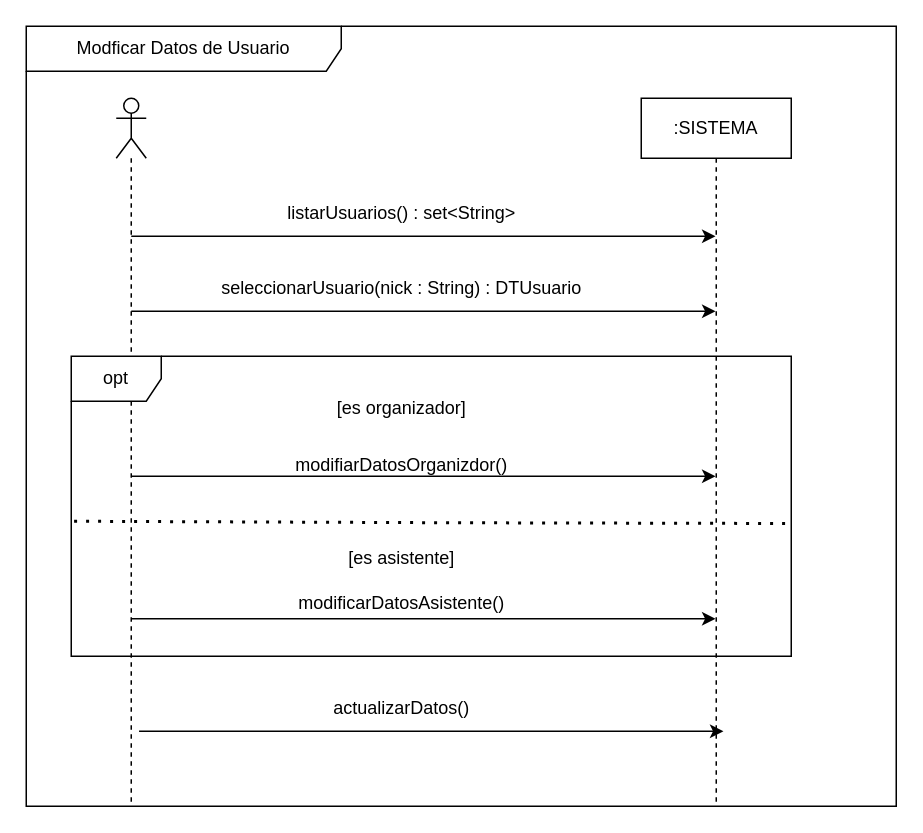
Earlier version of the draw.io diagram ModificarDatosdeUsuario.drawio (franscaletti/tprog). Source tidied: cells renumbered, new cells numbered last; positions are measured from the earlier drawing's top-left corner, leaving out a move shared by most shapes. Both pictures are drawn from the tidied source at 150%, with x=0, y=0 at pixel (26, 26).
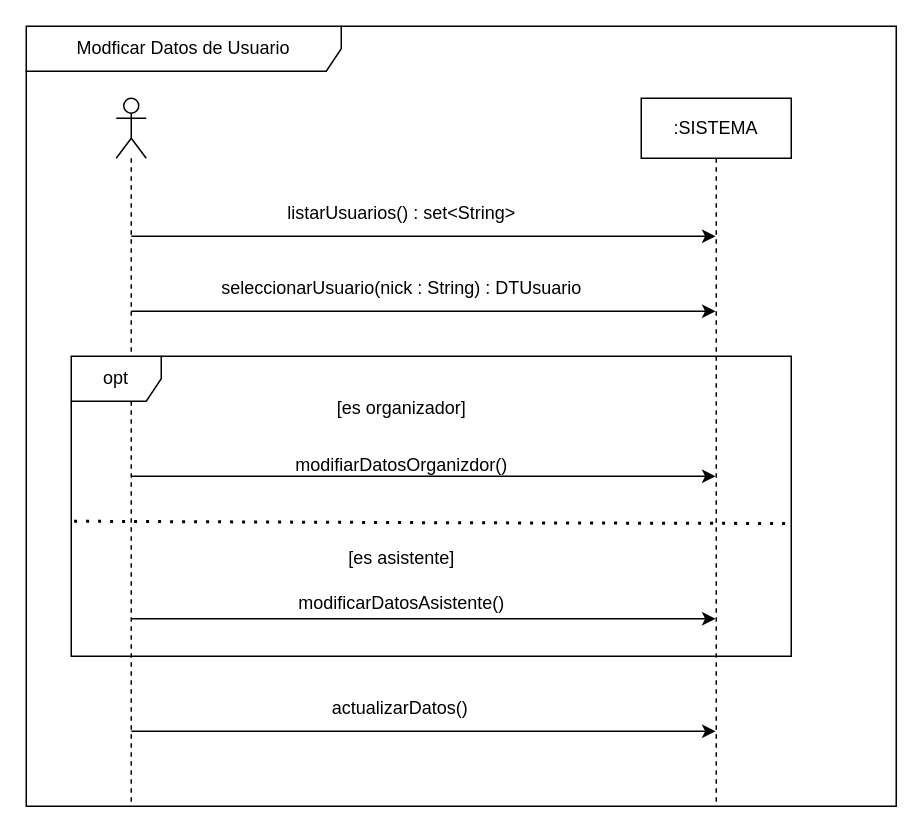
The same diagram, later.

Unchanged cells that the change refers to:
```xml
<mxCell id="4" value=":SISTEMA" style="shape=umlLifeline;perimeter=lifelinePerimeter;whiteSpace=wrap;html=1;outlineConnect=0;portConstraint=eastwest;newEdgeStyle={&quot;curved&quot;:0,&quot;rounded&quot;:0};" parent="1" vertex="1">
  <mxGeometry x="410" y="48" width="100" height="472" as="geometry" />
</mxCell>
```

Diff of the diagram source:
```diff
@@
-    <mxCell id="17" style="endArrow=classic;html=1;rounded=0;" parent="1" edge="1">
-      <mxGeometry relative="1" as="geometry">
-        <mxPoint x="75.2" y="470" as="sourcePoint" />
-        <mxPoint x="464.8" y="470" as="targetPoint" />
-      </mxGeometry>
-    </mxCell>
     <mxCell id="18" value="actualizarDatos()" style="text;html=1;align=center;verticalAlign=middle;strokeColor=none;fillColor=none;" parent="1" vertex="1">
-      <mxGeometry x="195" y="440" width="110" height="30" as="geometry" />
+      <mxGeometry x="194" y="440" width="110" height="30" as="geometry" />
     </mxCell>
+    <mxCell id="19" style="endArrow=classic;html=1;rounded=0;" parent="1" edge="1" target="4">
+      <mxGeometry relative="1" as="geometry">
+        <mxPoint x="70" y="470" as="sourcePoint" />
+      </mxGeometry>
+    </mxCell>
```
